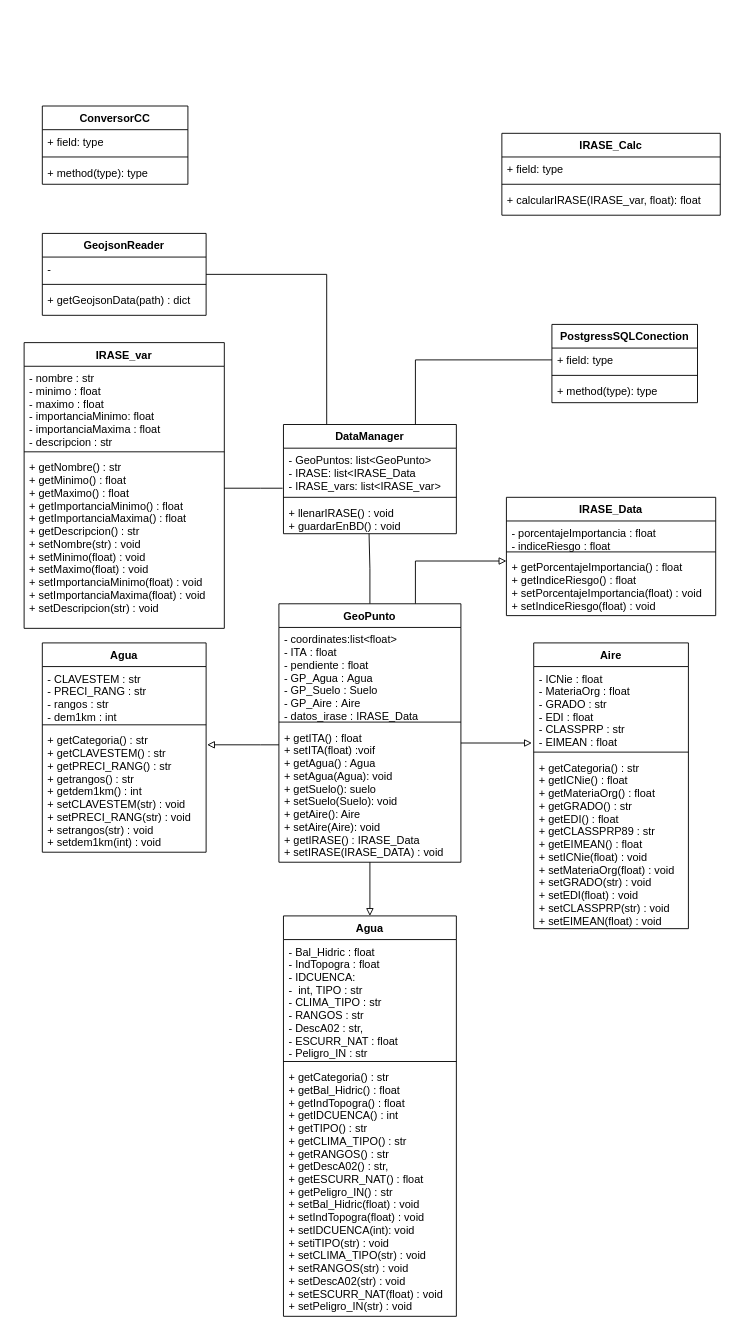
EiderDiaz/sciudatazen keeps this draw.io diagram as Diagrams/GeoReader_Diagrama_de_clases.drawio. Above is the earlier version. Source tidied: cells renumbered, new cells numbered last; positions are measured from the earlier drawing's top-left corner, leaving out a move shared by most shapes. Both pictures are drawn from the tidied source at 91%, with x=0, y=0 at pixel (24, 106).
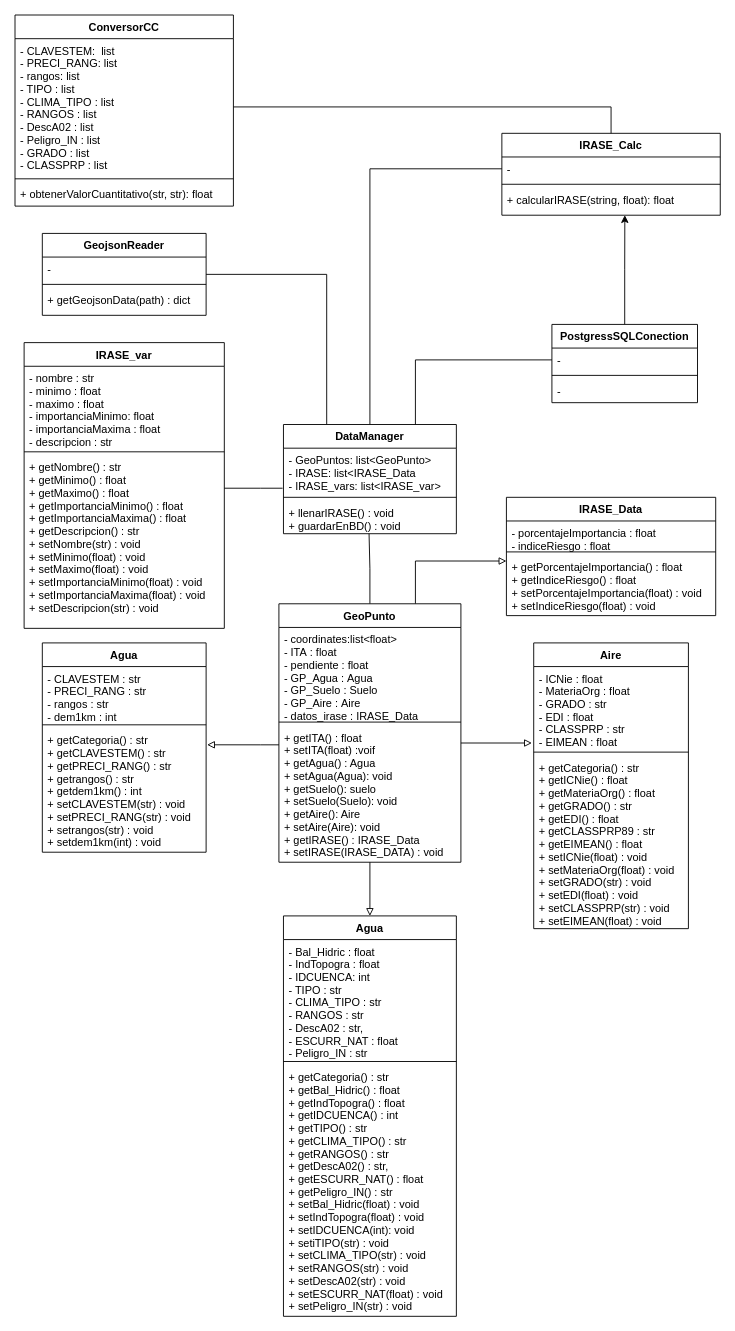
Above is the later version.

The change refers to these unchanged cells:
```xml
<mxCell id="20" value="DataManager" style="swimlane;fontStyle=1;align=center;verticalAlign=top;horizontal=1;startSize=26;" parent="1" vertex="1">
  <mxGeometry x="285" y="350" width="190" height="120" as="geometry" />
</mxCell>
<mxCell id="31" value="Agua" style="swimlane;fontStyle=1;align=center;verticalAlign=top;horizontal=1;startSize=26;labelBackgroundColor=#FFFFFF;fontColor=none;html=0;" parent="1" vertex="1">
  <mxGeometry x="285" y="890" width="190" height="440" as="geometry" />
</mxCell>
<mxCell id="43" value="PostgressSQLConection" style="swimlane;fontStyle=1;align=center;verticalAlign=top;horizontal=1;startSize=26;labelBackgroundColor=#FFFFFF;fontColor=none;html=0;" parent="1" vertex="1">
  <mxGeometry x="580" y="240" width="160" height="86" as="geometry" />
</mxCell>
<mxCell id="50" value="IRASE_Calc" style="swimlane;fontStyle=1;align=center;verticalAlign=top;horizontal=1;startSize=26;" parent="1" vertex="1">
  <mxGeometry x="525" y="30" width="240" height="90" as="geometry" />
</mxCell>
```

The edit, as a diff of the source:
```diff
@@
     <mxCell id="2" value="ConversorCC" style="swimlane;fontStyle=1;align=center;verticalAlign=top;horizontal=1;startSize=26;" parent="1" vertex="1">
-      <mxGeometry x="20" width="160" height="86" as="geometry" />
+      <mxGeometry x="-10" y="-100" width="240" height="210" as="geometry" />
     </mxCell>
-    <mxCell id="3" value="+ field: type" style="text;strokeColor=none;fillColor=none;align=left;verticalAlign=top;spacingLeft=4;spacingRight=4;overflow=hidden;points=[[0,0.5],[1,0.5]];portConstraint=eastwest;" parent="2" vertex="1">
-      <mxGeometry y="26" width="160" height="26" as="geometry" />
+    <mxCell id="3" value="- CLAVESTEM:  list&#10;- PRECI_RANG: list&#10;- rangos: list&#10;- TIPO : list&#10;- CLIMA_TIPO : list&#10;- RANGOS : list&#10;- DescA02 : list&#10;- Peligro_IN : list&#10;- GRADO : list&#10;- CLASSPRP : list " style="text;strokeColor=none;fillColor=none;align=left;verticalAlign=top;spacingLeft=4;spacingRight=4;overflow=hidden;points=[[0,0.5],[1,0.5]];portConstraint=eastwest;" parent="2" vertex="1">
+      <mxGeometry y="26" width="240" height="150" as="geometry" />
     </mxCell>
     <mxCell id="4" style="line;strokeWidth=1;fillColor=none;align=left;verticalAlign=middle;spacingTop=-1;spacingLeft=3;spacingRight=3;labelPosition=right;" parent="2" vertex="1">
-      <mxGeometry y="52" width="160" height="8" as="geometry" />
+      <mxGeometry y="176" width="240" height="8" as="geometry" />
     </mxCell>
-    <mxCell id="5" value="+ method(type): type" style="text;strokeColor=none;fillColor=none;align=left;verticalAlign=top;spacingLeft=4;spacingRight=4;overflow=hidden;" parent="2" vertex="1">
-      <mxGeometry y="60" width="160" height="26" as="geometry" />
+    <mxCell id="5" value="+ obtenerValorCuantitativo(str, str): float" style="text;strokeColor=none;fillColor=none;align=left;verticalAlign=top;spacingLeft=4;spacingRight=4;overflow=hidden;" parent="2" vertex="1">
+      <mxGeometry y="184" width="240" height="26" as="geometry" />
     </mxCell>
@@
+    <mxCell id="55" style="edgeStyle=orthogonalEdgeStyle;rounded=0;jettySize=auto;html=1;entryX=0;entryY=0.5;entryDx=0;entryDy=0;endArrow=none;endFill=0;" parent="1" edge="1" source="20" target="51">
+      <mxGeometry relative="1" as="geometry" />
+    </mxCell>
@@
-    <mxCell id="32" value="- Bal_Hidric : float&#10;- IndTopogra : float&#10;- IDCUENCA:&#10;-  int, TIPO : str&#10;- CLIMA_TIPO : str&#10;- RANGOS : str&#10;- DescA02 : str, &#10;- ESCURR_NAT : float&#10;- Peligro_IN : str" style="text;strokeColor=none;fillColor=none;align=left;verticalAlign=top;spacingLeft=4;spacingRight=4;overflow=hidden;" parent="31" vertex="1">
+    <mxCell id="32" value="- Bal_Hidric : float&#10;- IndTopogra : float&#10;- IDCUENCA: int&#10;- TIPO : str&#10;- CLIMA_TIPO : str&#10;- RANGOS : str&#10;- DescA02 : str, &#10;- ESCURR_NAT : float&#10;- Peligro_IN : str" style="text;strokeColor=none;fillColor=none;align=left;verticalAlign=top;spacingLeft=4;spacingRight=4;overflow=hidden;" parent="31" vertex="1">
       <mxGeometry y="26" width="190" height="130" as="geometry" />
     </mxCell>
@@
+    <mxCell id="56" style="edgeStyle=orthogonalEdgeStyle;rounded=0;jettySize=auto;html=1;entryX=0.563;entryY=1;entryDx=0;entryDy=0;entryPerimeter=0;" parent="1" edge="1" source="43" target="53">
+      <mxGeometry relative="1" as="geometry" />
+    </mxCell>
@@
-    <mxCell id="44" value="+ field: type" style="text;strokeColor=none;fillColor=none;align=left;verticalAlign=top;spacingLeft=4;spacingRight=4;overflow=hidden;points=[[0,0.5],[1,0.5]];portConstraint=eastwest;" parent="43" vertex="1">
+    <mxCell id="44" value="-" style="text;strokeColor=none;fillColor=none;align=left;verticalAlign=top;spacingLeft=4;spacingRight=4;overflow=hidden;points=[[0,0.5],[1,0.5]];portConstraint=eastwest;" parent="43" vertex="1">
       <mxGeometry y="26" width="160" height="26" as="geometry" />
     </mxCell>
@@
-    <mxCell id="46" value="+ method(type): type" style="text;strokeColor=none;fillColor=none;align=left;verticalAlign=top;spacingLeft=4;spacingRight=4;overflow=hidden;" parent="43" vertex="1">
+    <mxCell id="46" value="-" style="text;strokeColor=none;fillColor=none;align=left;verticalAlign=top;spacingLeft=4;spacingRight=4;overflow=hidden;" parent="43" vertex="1">
       <mxGeometry y="60" width="160" height="26" as="geometry" />
     </mxCell>
@@
-    <mxCell id="51" value="+ field: type" style="text;strokeColor=none;fillColor=none;align=left;verticalAlign=top;spacingLeft=4;spacingRight=4;overflow=hidden;points=[[0,0.5],[1,0.5]];portConstraint=eastwest;" parent="50" vertex="1">
+    <mxCell id="51" value="-" style="text;strokeColor=none;fillColor=none;align=left;verticalAlign=top;spacingLeft=4;spacingRight=4;overflow=hidden;points=[[0,0.5],[1,0.5]];portConstraint=eastwest;" parent="50" vertex="1">
       <mxGeometry y="26" width="240" height="26" as="geometry" />
     </mxCell>
@@
-    <mxCell id="53" value="+ calcularIRASE(IRASE_var, float): float" style="text;strokeColor=none;fillColor=none;align=left;verticalAlign=top;spacingLeft=4;spacingRight=4;overflow=hidden;points=[[0,0.5],[1,0.5]];portConstraint=eastwest;" parent="50" vertex="1">
+    <mxCell id="53" value="+ calcularIRASE(string, float): float" style="text;strokeColor=none;fillColor=none;align=left;verticalAlign=top;spacingLeft=4;spacingRight=4;overflow=hidden;points=[[0,0.5],[1,0.5]];portConstraint=eastwest;" parent="50" vertex="1">
       <mxGeometry y="60" width="240" height="30" as="geometry" />
     </mxCell>
@@
+    <mxCell id="57" style="edgeStyle=orthogonalEdgeStyle;rounded=0;jettySize=auto;html=1;entryX=0.5;entryY=0;entryDx=0;entryDy=0;endArrow=none;endFill=0;" parent="1" edge="1" source="3" target="50">
+      <mxGeometry relative="1" as="geometry" />
+    </mxCell>
```
